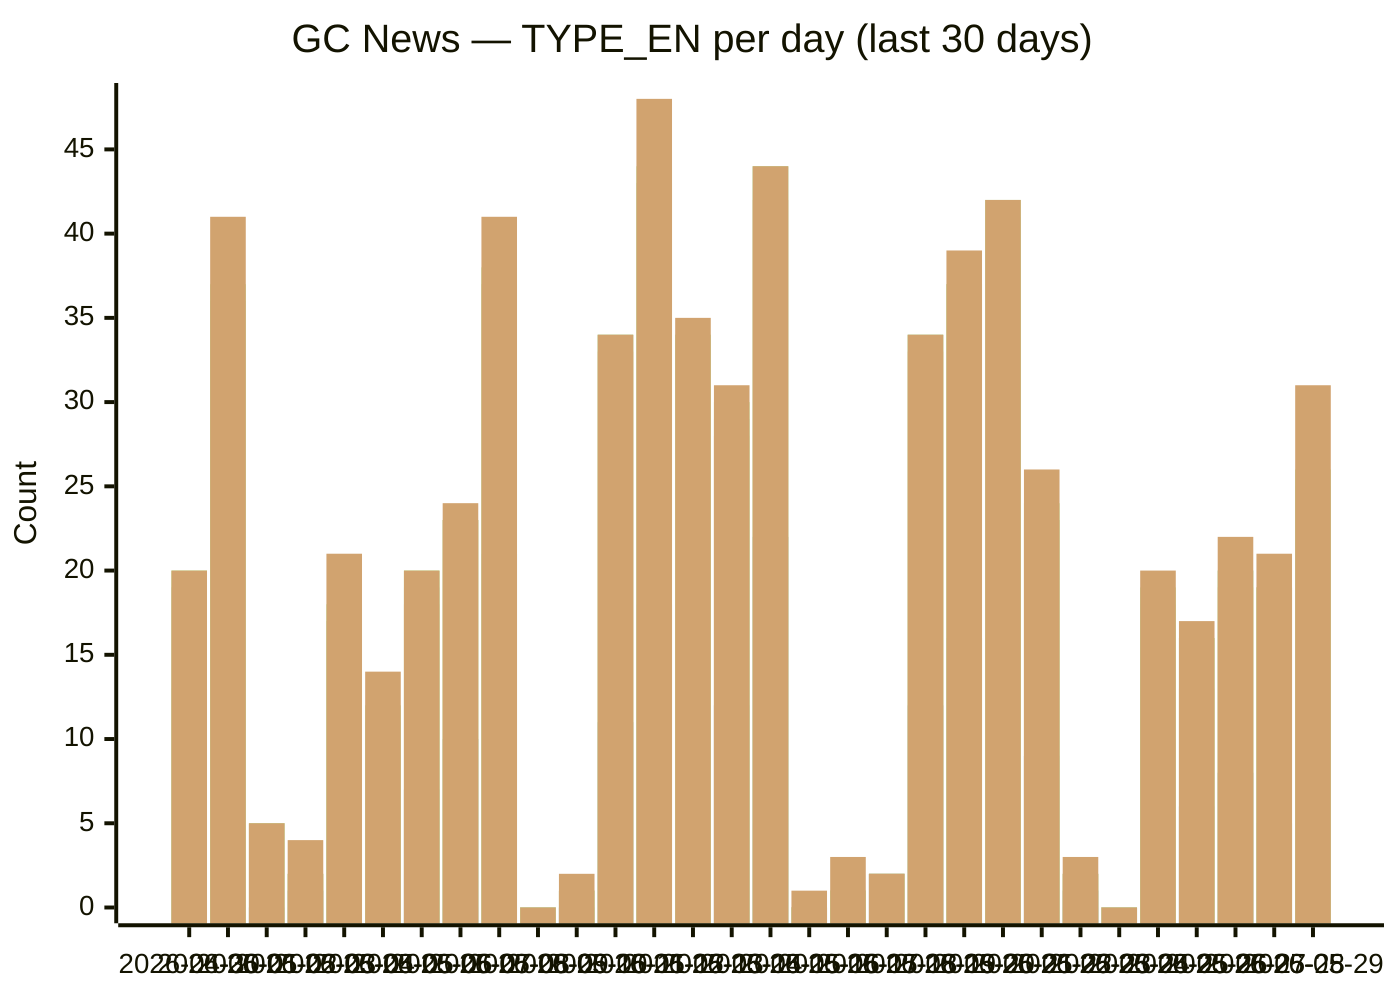
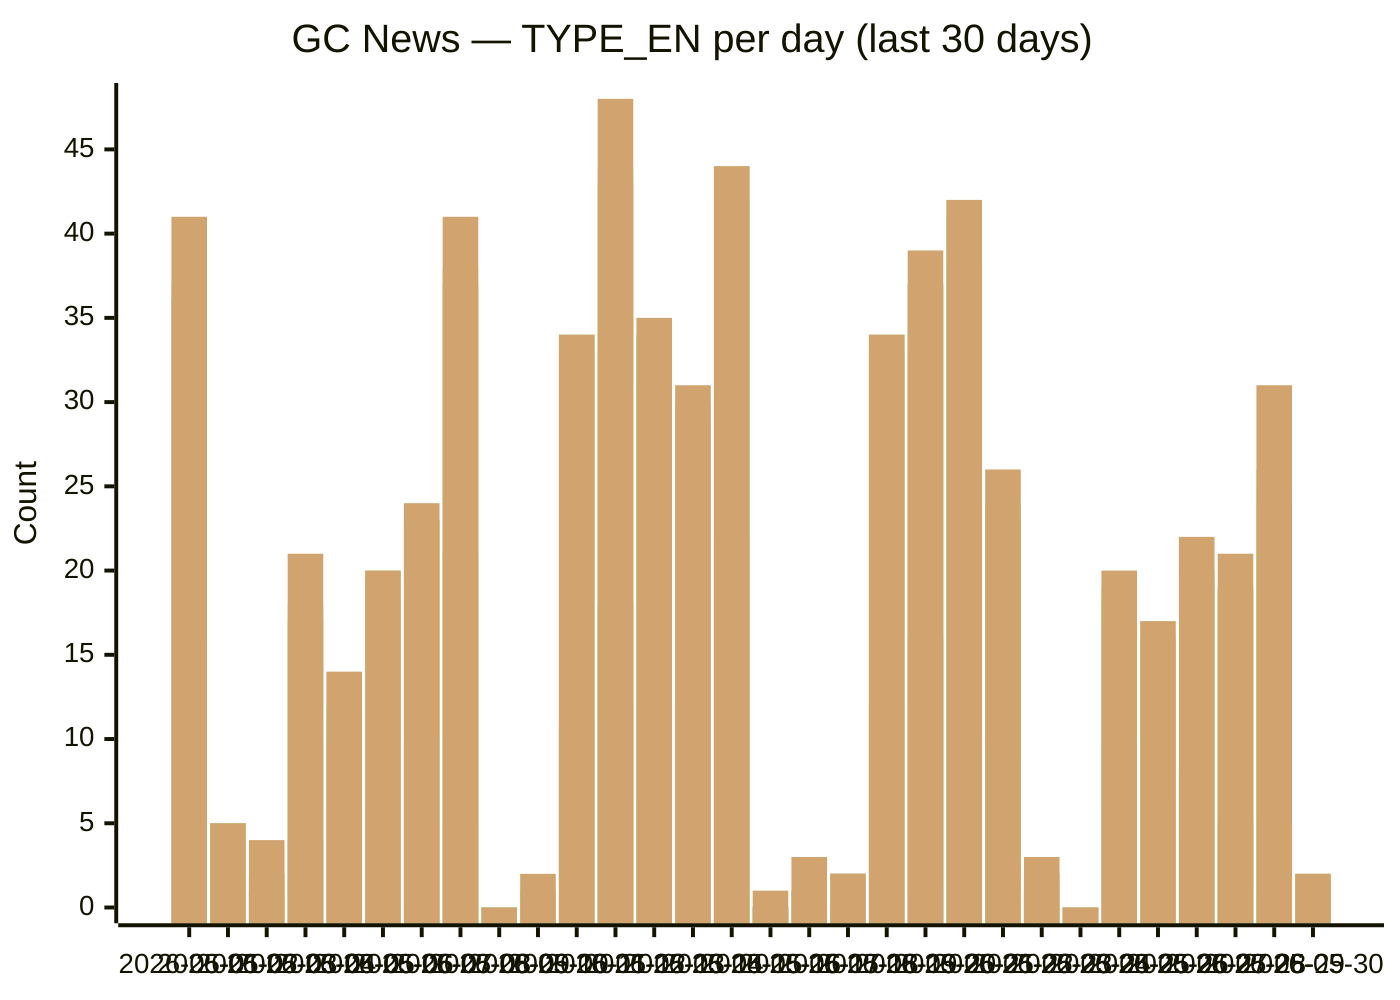
xychart-beta
  title "GC News — TYPE_EN per day (last 30 days)"
-   x-axis [2026-04-30, 2026-05-01, 2026-05-02, 2026-05-03, 2026-05-04, 2026-05-05, 2026-05-06, 2026-05-07, 2026-05-08, 2026-05-09, 2026-05-10, 2026-05-11, 2026-05-12, 2026-05-13, 2026-05-14, 2026-05-15, 2026-05-16, 2026-05-17, 2026-05-18, 2026-05-19, 2026-05-20, 2026-05-21, 2026-05-22, 2026-05-23, 2026-05-24, 2026-05-25, 2026-05-26, 2026-05-27, 2026-05-28, 2026-05-29]
+   x-axis [2026-05-01, 2026-05-02, 2026-05-03, 2026-05-04, 2026-05-05, 2026-05-06, 2026-05-07, 2026-05-08, 2026-05-09, 2026-05-10, 2026-05-11, 2026-05-12, 2026-05-13, 2026-05-14, 2026-05-15, 2026-05-16, 2026-05-17, 2026-05-18, 2026-05-19, 2026-05-20, 2026-05-21, 2026-05-22, 2026-05-23, 2026-05-24, 2026-05-25, 2026-05-26, 2026-05-27, 2026-05-28, 2026-05-29, 2026-05-30]
  y-axis "Count" 0 --> 48
-   bar backgrounders [1, 1, 0, 0, 2, 1, 2, 0, 5, 0, 0, 2, 6, 2, 4, 5, 0, 0, 0, 1, 1, 3, 3, 0, 0, 6, 1, 4, 1, 1]
-   bar "media advisories" [13, 16, 0, 1, 4, 6, 7, 10, 21, 0, 0, 11, 18, 12, 12, 22, 0, 0, 2, 12, 16, 10, 9, 1, 0, 10, 6, 8, 5, 5]
-   bar "news releases" [19, 36, 5, 2, 17, 10, 18, 23, 37, 0, 1, 33, 43, 31, 28, 42, 0, 1, 2, 33, 37, 38, 23, 2, 0, 17, 13, 19, 19, 24]
-   bar readouts [19, 36, 5, 2, 17, 11, 19, 23, 37, 0, 1, 34, 43, 34, 29, 44, 0, 1, 2, 34, 37, 41, 23, 2, 0, 18, 16, 20, 19, 25]
-   bar speeches [20, 37, 5, 2, 18, 12, 20, 23, 38, 0, 1, 34, 44, 34, 30, 44, 0, 1, 2, 34, 37, 42, 24, 2, 0, 19, 16, 20, 19, 26]
-   bar statements [20, 41, 5, 4, 21, 14, 20, 24, 41, 0, 2, 34, 48, 35, 31, 44, 1, 3, 2, 34, 39, 42, 26, 3, 0, 20, 17, 22, 21, 31]
+   bar backgrounders [1, 0, 0, 2, 1, 2, 0, 5, 0, 0, 2, 6, 2, 4, 5, 0, 0, 0, 1, 1, 3, 3, 0, 0, 6, 1, 4, 1, 1, 0]
+   bar "media advisories" [16, 0, 1, 4, 6, 7, 10, 21, 0, 0, 11, 18, 12, 12, 22, 0, 0, 2, 12, 16, 10, 9, 1, 0, 10, 6, 8, 5, 5, 0]
+   bar "news releases" [36, 5, 2, 17, 10, 18, 23, 37, 0, 1, 33, 43, 31, 28, 42, 0, 1, 2, 33, 37, 38, 23, 2, 0, 17, 13, 19, 19, 24, 2]
+   bar readouts [36, 5, 2, 17, 11, 19, 23, 37, 0, 1, 34, 43, 34, 29, 44, 0, 1, 2, 34, 37, 41, 23, 2, 0, 18, 16, 20, 19, 25, 2]
+   bar speeches [37, 5, 2, 18, 12, 20, 23, 38, 0, 1, 34, 44, 34, 30, 44, 0, 1, 2, 34, 37, 42, 24, 2, 0, 19, 16, 20, 19, 26, 2]
+   bar statements [41, 5, 4, 21, 14, 20, 24, 41, 0, 2, 34, 48, 35, 31, 44, 1, 3, 2, 34, 39, 42, 26, 3, 0, 20, 17, 22, 21, 31, 2]
